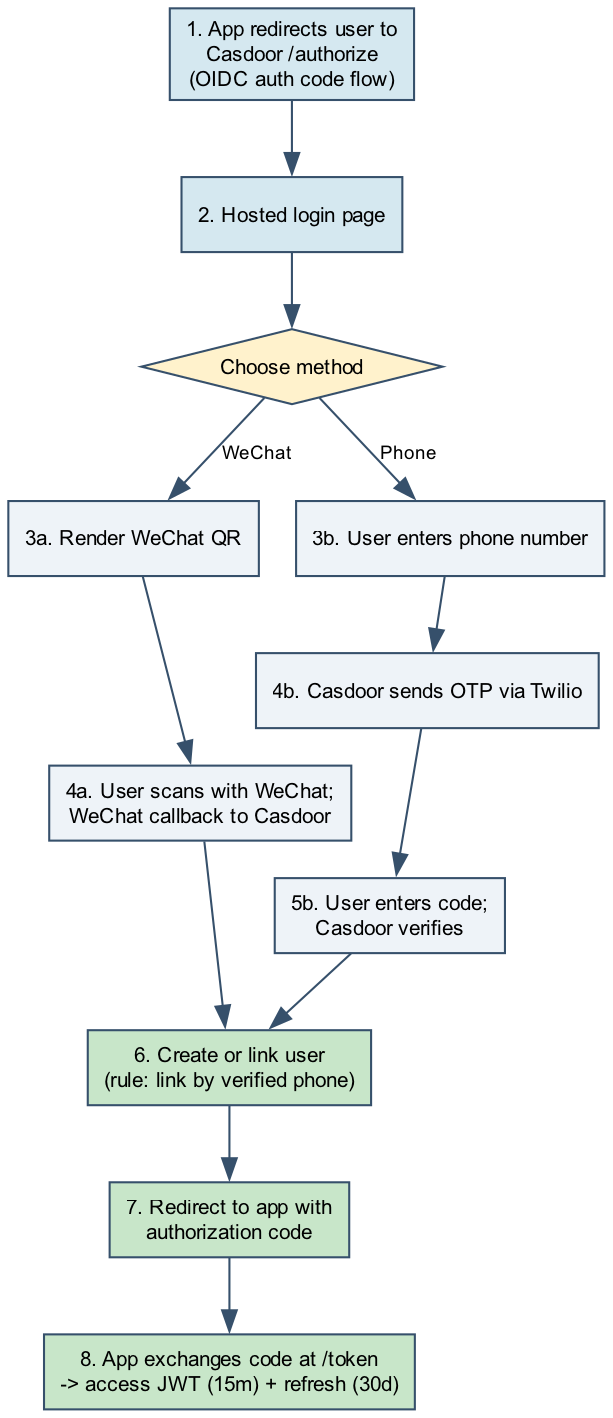
Before: docs/technical/assets/03_login_flow.png, a diagram exported from Graphviz (Nelson2SR/auth-server). Its source is kept beside it as docs/technical/assets/03_login_flow.dot. Source of this version:
```dot
digraph login {
  rankdir=TB;
  bgcolor="white";
  node [fontname="Arial", fontsize=10, style="filled", shape=box, color="#36506b", fillcolor="#eef3f8"];
  edge [fontname="Arial", fontsize=9, color="#36506b"];

  start  [label="1. App redirects user to\nCasdoor /authorize\n(OIDC auth code flow)", fillcolor="#d5e8f0"];
  page   [label="2. Hosted login page", fillcolor="#d5e8f0"];
  choice [label="Choose method", shape=diamond, fillcolor="#fff2cc"];

  wq1 [label="3a. Render WeChat QR"];
  wq2 [label="4a. User scans with WeChat;\nWeChat callback to Casdoor"];

  ph1 [label="3b. User enters phone number"];
  ph2 [label="4b. Casdoor sends OTP via Twilio"];
  ph3 [label="5b. User enters code;\nCasdoor verifies"];

  link [label="6. Create or link user\n(rule: link by verified phone)", fillcolor="#c8e6c9"];
  code [label="7. Redirect to app with\nauthorization code", fillcolor="#c8e6c9"];
  tok  [label="8. App exchanges code at /token\n-> access JWT (15m) + refresh (30d)", fillcolor="#c8e6c9"];

  start -> page -> choice;
  choice -> wq1 [label="WeChat"];
  wq1 -> wq2 -> link;
  choice -> ph1 [label="Phone"];
  ph1 -> ph2 -> ph3 -> link;
  link -> code -> tok;
}
```
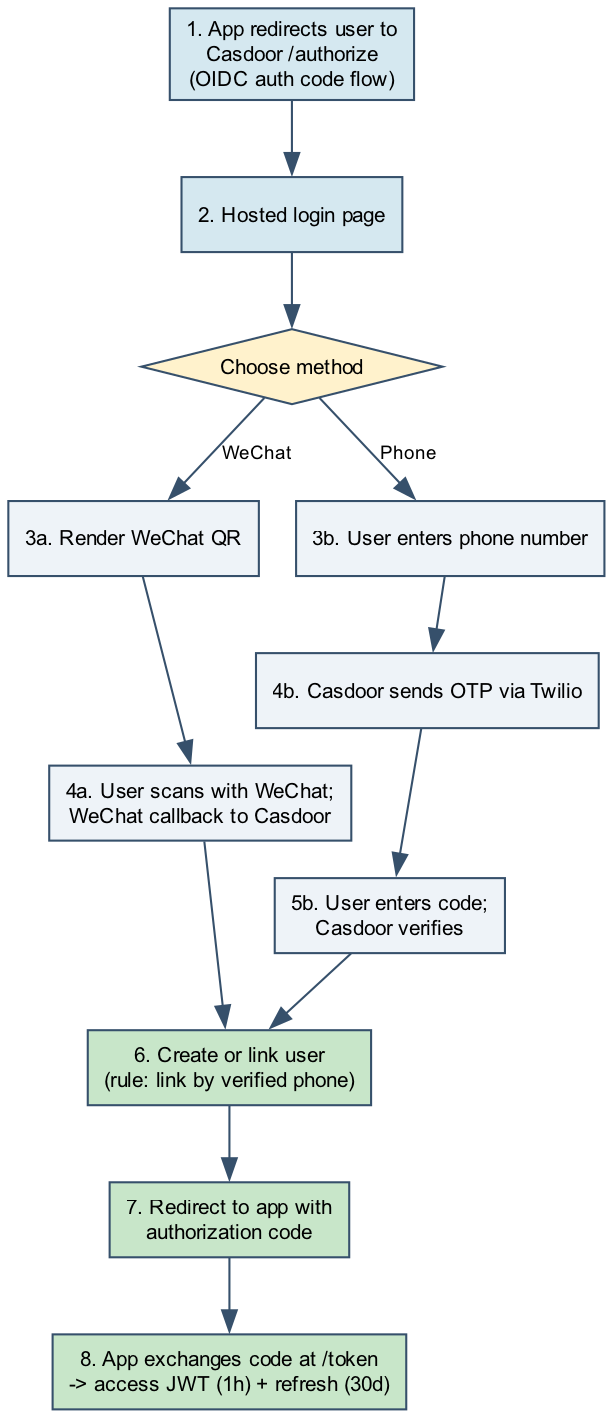
The same diagram one commit later.

Commit message:
docs: regenerate technical design doc with 1-hour access TTL

What changed in the source:
```diff
@@ -17,7 +17,7 @@
 
   link [label="6. Create or link user\n(rule: link by verified phone)", fillcolor="#c8e6c9"];
   code [label="7. Redirect to app with\nauthorization code", fillcolor="#c8e6c9"];
-  tok  [label="8. App exchanges code at /token\n-> access JWT (15m) + refresh (30d)", fillcolor="#c8e6c9"];
+  tok  [label="8. App exchanges code at /token\n-> access JWT (1h) + refresh (30d)", fillcolor="#c8e6c9"];
 
   start -> page -> choice;
   choice -> wq1 [label="WeChat"];
```
